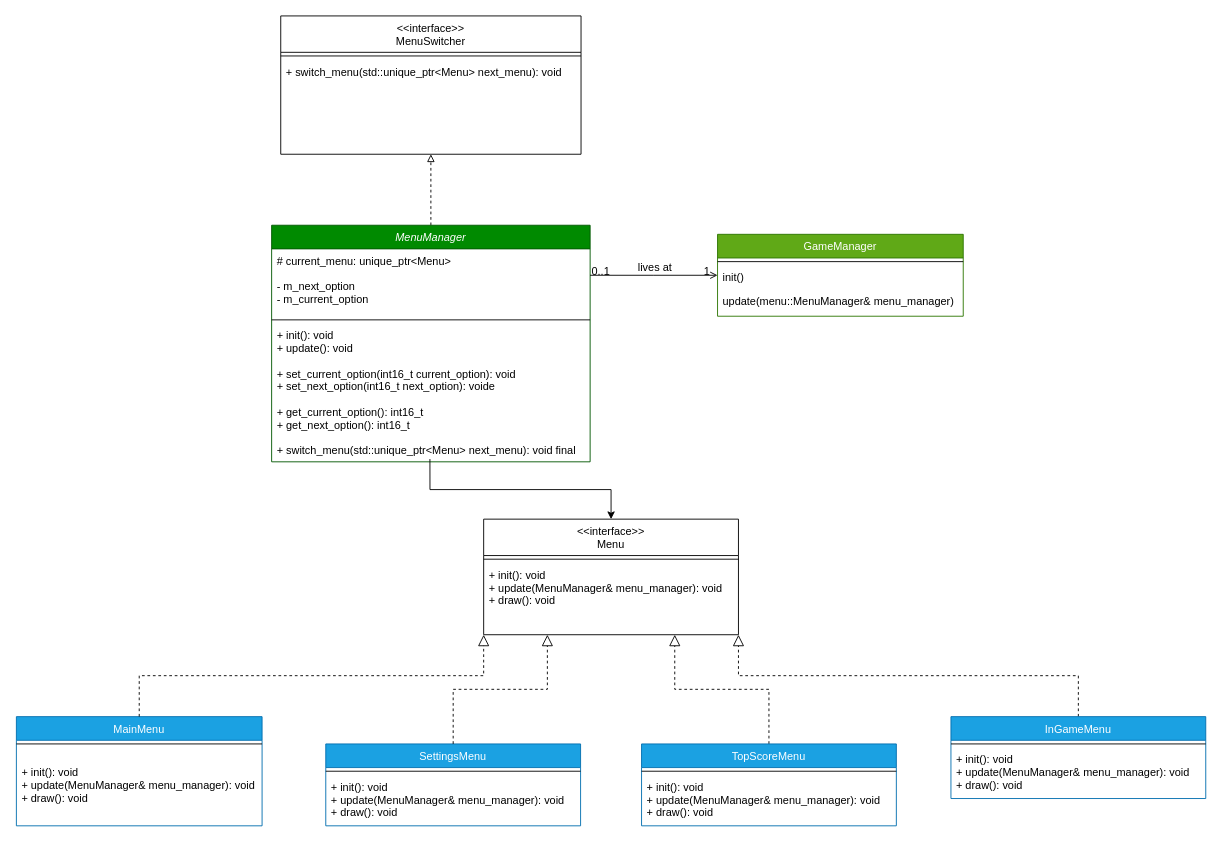
JodyLS27/space-invaders keeps this draw.io diagram as docs/umlDocs/class_diagrams/Menu_Manager.drawio. Above is the earlier version. Source tidied: cells renumbered, new cells numbered last; positions are measured from the earlier drawing's top-left corner, leaving out a move shared by most shapes. Both pictures are drawn from the tidied source at 91%, with x=0, y=0 at pixel (16, 15).
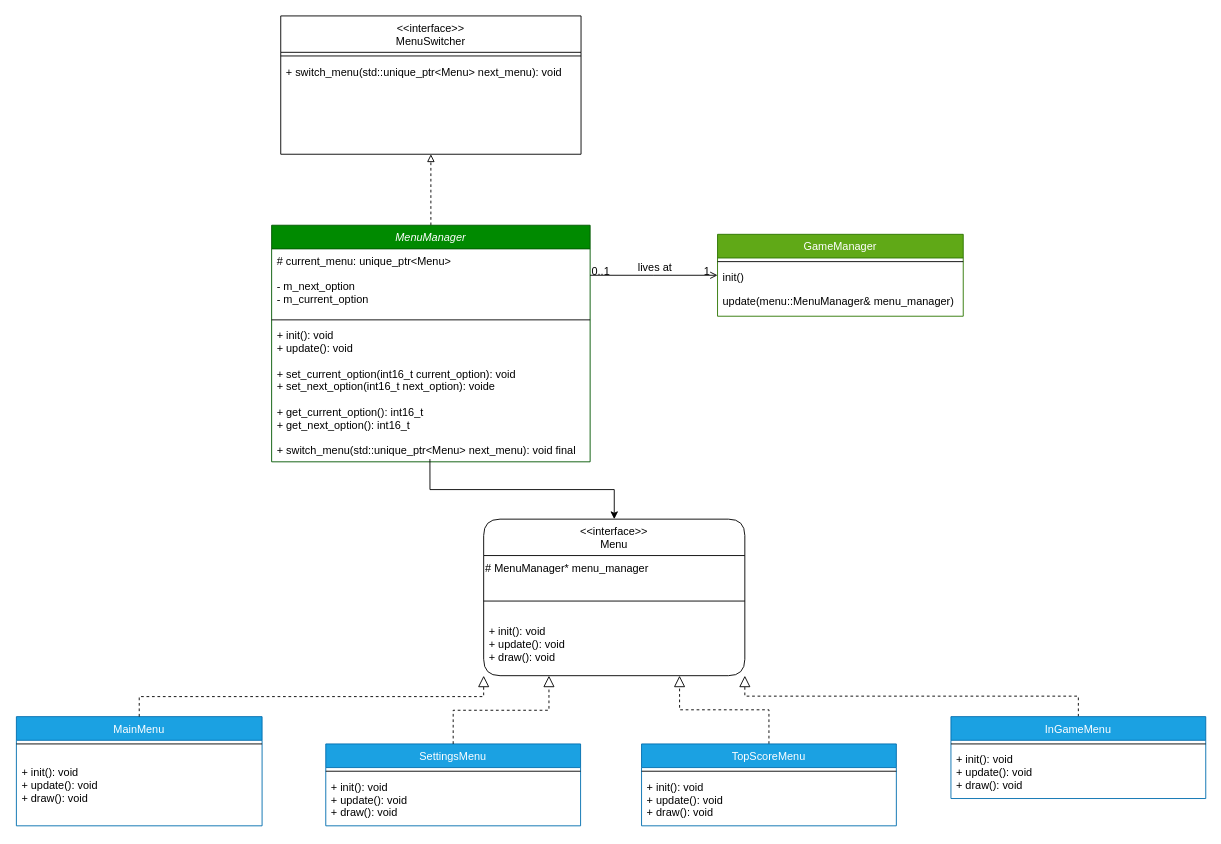
The same diagram, later.

Commit message (it also covers changes not shown here):
cleanup - Adding const to getters - Removing forward declare in i_menu - Removing MenuManger reference from the Update() function in menus.

Unchanged cells that the change refers to:
```xml
<mxCell id="7" value="MainMenu" style="swimlane;fontStyle=0;align=center;verticalAlign=top;horizontal=1;startSize=26;rounded=0;shadow=0;strokeWidth=1;fillColor=#1ba1e2;fontColor=#ffffff;strokeColor=#006EAF;" parent="1" vertex="1">
  <mxGeometry x="-0.5" y="770" width="270" height="120" as="geometry" />
</mxCell>
<mxCell id="11" value="SettingsMenu" style="swimlane;fontStyle=0;align=center;verticalAlign=top;horizontal=1;startSize=26;rounded=0;shadow=0;strokeWidth=1;fillColor=#1ba1e2;fontColor=#ffffff;strokeColor=#006EAF;" parent="1" vertex="1">
  <mxGeometry x="339.5" y="800" width="280" height="90" as="geometry" />
</mxCell>
<mxCell id="31" value="TopScoreMenu" style="swimlane;fontStyle=0;align=center;verticalAlign=top;horizontal=1;startSize=26;rounded=0;shadow=0;strokeWidth=1;fillColor=#1ba1e2;fontColor=#ffffff;strokeColor=#006EAF;" parent="1" vertex="1">
  <mxGeometry x="686.5" y="800" width="280" height="90" as="geometry" />
</mxCell>
<mxCell id="35" value="InGameMenu" style="swimlane;fontStyle=0;align=center;verticalAlign=top;horizontal=1;startSize=26;rounded=0;shadow=0;strokeWidth=1;fillColor=#1ba1e2;fontColor=#ffffff;strokeColor=#006EAF;" parent="1" vertex="1">
  <mxGeometry x="1026.5" y="770" width="280" height="90" as="geometry" />
</mxCell>
```

What changed in the source:
```diff
@@
-    <mxCell id="9" value="&#10;+ init(): void&#10;+ update(MenuManager&amp; menu_manager): void&#10;+ draw(): void&#10;" style="text;align=left;verticalAlign=top;spacingLeft=4;spacingRight=4;overflow=hidden;" parent="7" vertex="1">
+    <mxCell id="9" value="&#10;+ init(): void&#10;+ update(): void&#10;+ draw(): void&#10;" style="text;align=left;verticalAlign=top;spacingLeft=4;spacingRight=4;overflow=hidden;" parent="7" vertex="1">
       <mxGeometry y="34" width="270" height="86" as="geometry" />
     </mxCell>
@@
-    <mxCell id="13" value="+ init(): void&#10;+ update(MenuManager&amp; menu_manager): void&#10;+ draw(): void" style="text;align=left;verticalAlign=top;spacingLeft=4;spacingRight=4;overflow=hidden;" parent="11" vertex="1">
+    <mxCell id="13" value="+ init(): void&#10;+ update(): void&#10;+ draw(): void" style="text;align=left;verticalAlign=top;spacingLeft=4;spacingRight=4;overflow=hidden;" parent="11" vertex="1">
       <mxGeometry y="34" width="280" height="56" as="geometry" />
     </mxCell>
@@
-    <mxCell id="23" value="&lt;&lt;interface&gt;&gt;&#10;Menu" style="swimlane;fontStyle=0;align=center;verticalAlign=top;horizontal=1;startSize=40;rounded=0;shadow=0;strokeWidth=1;" parent="1" vertex="1">
-      <mxGeometry x="513" y="553" width="280" height="127" as="geometry" />
+    <mxCell id="23" value="&lt;&lt;interface&gt;&gt;&#10;Menu" style="swimlane;fontStyle=0;align=center;verticalAlign=top;horizontal=1;startSize=40;rounded=1;shadow=0;strokeWidth=1;swimlaneLine=1;glass=0;" parent="1" vertex="1">
+      <mxGeometry x="513" y="553" width="287" height="172" as="geometry" />
     </mxCell>
+    <mxCell id="38" value="# MenuManager* menu_manager" style="text;html=1;align=left;verticalAlign=middle;strokeColor=none;fillColor=none;" parent="23" vertex="1">
+      <mxGeometry y="40" width="287" height="30" as="geometry" />
+    </mxCell>
     <mxCell id="24" style="line;html=1;strokeWidth=1;align=left;verticalAlign=middle;spacingTop=-1;spacingLeft=3;spacingRight=3;labelPosition=right;" parent="23" vertex="1">
-      <mxGeometry y="40" width="280" height="8" as="geometry" />
+      <mxGeometry y="70" width="287" height="40" as="geometry" />
     </mxCell>
-    <mxCell id="25" value="+ init(): void&#10;+ update(MenuManager&amp; menu_manager): void&#10;+ draw(): void" style="text;align=left;verticalAlign=top;spacingLeft=4;spacingRight=4;overflow=hidden;" parent="23" vertex="1">
-      <mxGeometry y="48" width="280" height="62" as="geometry" />
+    <mxCell id="25" value="+ init(): void&#10;+ update(): void&#10;+ draw(): void" style="text;align=left;verticalAlign=top;spacingLeft=4;spacingRight=4;overflow=hidden;" parent="23" vertex="1">
+      <mxGeometry y="110" width="287" height="62" as="geometry" />
     </mxCell>
@@
-    <mxCell id="33" value="+ init(): void&#10;+ update(MenuManager&amp; menu_manager): void&#10;+ draw(): void" style="text;align=left;verticalAlign=top;spacingLeft=4;spacingRight=4;overflow=hidden;" parent="31" vertex="1">
+    <mxCell id="33" value="+ init(): void&#10;+ update(): void&#10;+ draw(): void" style="text;align=left;verticalAlign=top;spacingLeft=4;spacingRight=4;overflow=hidden;" parent="31" vertex="1">
       <mxGeometry y="34" width="280" height="56" as="geometry" />
     </mxCell>
@@
-    <mxCell id="37" value="+ init(): void&#10;+ update(MenuManager&amp; menu_manager): void&#10;+ draw(): void" style="text;align=left;verticalAlign=top;spacingLeft=4;spacingRight=4;overflow=hidden;" parent="35" vertex="1">
+    <mxCell id="37" value="+ init(): void&#10;+ update(): void&#10;+ draw(): void" style="text;align=left;verticalAlign=top;spacingLeft=4;spacingRight=4;overflow=hidden;" parent="35" vertex="1">
       <mxGeometry y="34" width="280" height="56" as="geometry" />
     </mxCell>
```
